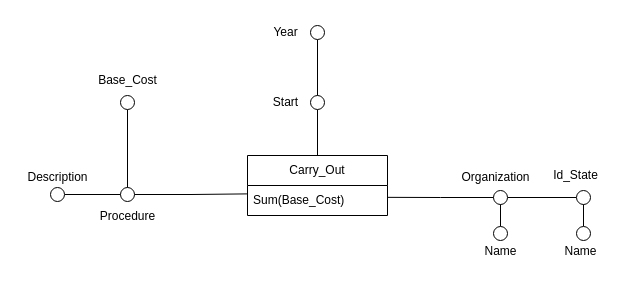
Before: Schemi_Di_Fatto/Carry_Out.drawio in MircoPerna99/BigDataManagement_Team, a draw.io diagram. Source tidied: cells renumbered, new cells numbered last; positions are measured from the earlier drawing's top-left corner, leaving out a move shared by most shapes. Both pictures are drawn from the tidied source at 100%, with x=0, y=0 at pixel (17, 17).
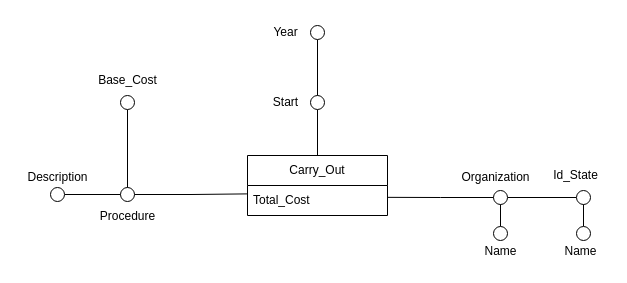
After the change.

Unchanged cells that the change refers to:
```xml
<mxCell id="21" value="Carry_Out" style="swimlane;fontStyle=0;horizontal=1;startSize=30;whiteSpace=wrap;html=1;" parent="1" vertex="1">
  <mxGeometry x="230" y="138" width="140" height="60" as="geometry" />
</mxCell>
```

Diff of the diagram source:
```diff
@@
-    <mxCell id="22" value="Sum(Base_Cost)" style="text;strokeColor=none;fillColor=none;align=left;verticalAlign=middle;spacingLeft=4;spacingRight=4;overflow=hidden;points=[[0,0.5],[1,0.5]];portConstraint=eastwest;whiteSpace=wrap;html=1;" parent="21" vertex="1">
+    <mxCell id="22" value="Total_Cost" style="text;strokeColor=none;fillColor=none;align=left;verticalAlign=middle;spacingLeft=4;spacingRight=4;overflow=hidden;points=[[0,0.5],[1,0.5]];portConstraint=eastwest;whiteSpace=wrap;html=1;" parent="21" vertex="1">
       <mxGeometry y="30" width="140" height="30" as="geometry" />
     </mxCell>
```
